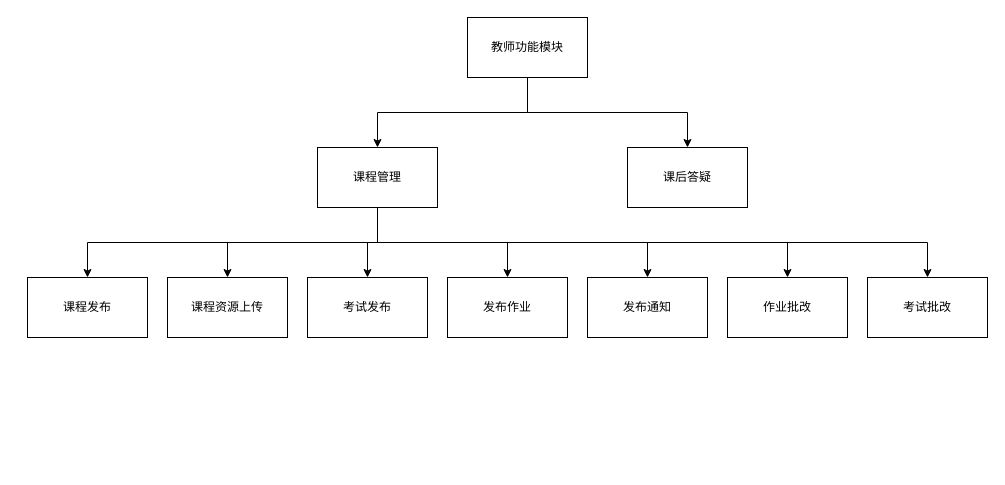
Earlier version of the draw.io diagram 教师功能模块层次图.drawio (YuChenLiao/UML). Source tidied: cells renumbered, new cells numbered last; positions are measured from the earlier drawing's top-left corner, leaving out a move shared by most shapes. Both pictures are drawn from the tidied source at 100%, with x=0, y=0 at pixel (27, 17).
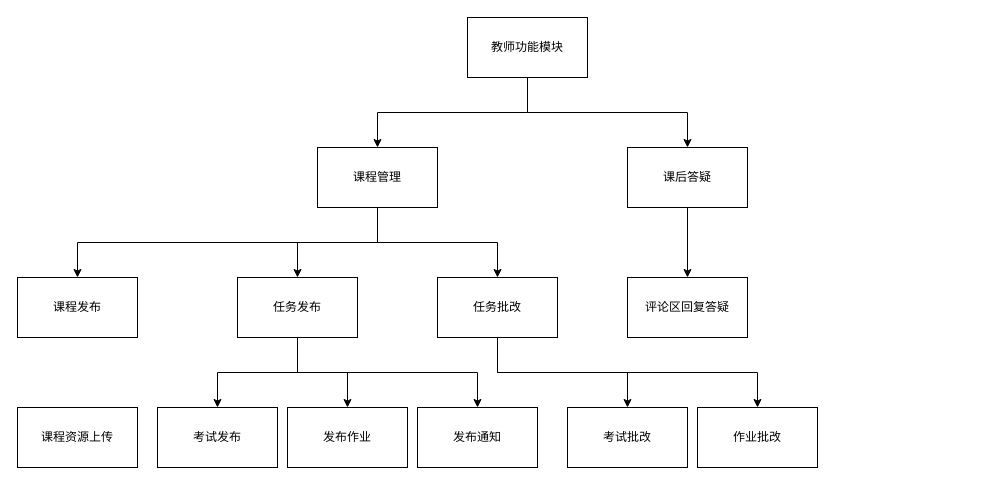
The same diagram, later.

Commit message:
更新教师功能模块层次图.drawio

Unchanged cells that the change refers to:
```xml
<mxCell id="12" value="课程管理" style="rounded=0;whiteSpace=wrap;html=1;" parent="1" vertex="1">
  <mxGeometry x="290" y="130" width="120" height="60" as="geometry" />
</mxCell>
<mxCell id="13" value="课后答疑" style="rounded=0;whiteSpace=wrap;html=1;" parent="1" vertex="1">
  <mxGeometry x="600" y="130" width="120" height="60" as="geometry" />
</mxCell>
```

Change to the diagram source:
```diff
@@
-    <mxCell id="6" style="edgeStyle=orthogonalEdgeStyle;rounded=0;jettySize=auto;html=1;exitX=0.5;exitY=1;exitDx=0;exitDy=0;" parent="1" edge="1" source="12" target="15">
-      <mxGeometry relative="1" as="geometry" />
-    </mxCell>
-    <mxCell id="7" style="edgeStyle=orthogonalEdgeStyle;rounded=0;jettySize=auto;html=1;exitX=0.5;exitY=1;exitDx=0;exitDy=0;entryX=0.5;entryY=0;entryDx=0;entryDy=0;" parent="1" edge="1" source="12" target="16">
-      <mxGeometry relative="1" as="geometry" />
-    </mxCell>
-    <mxCell id="8" style="edgeStyle=orthogonalEdgeStyle;rounded=0;jettySize=auto;html=1;exitX=0.5;exitY=1;exitDx=0;exitDy=0;entryX=0.5;entryY=0;entryDx=0;entryDy=0;" parent="1" edge="1" source="12" target="17">
-      <mxGeometry relative="1" as="geometry" />
-    </mxCell>
-    <mxCell id="9" style="edgeStyle=orthogonalEdgeStyle;rounded=0;jettySize=auto;html=1;exitX=0.5;exitY=1;exitDx=0;exitDy=0;entryX=0.5;entryY=0;entryDx=0;entryDy=0;" parent="1" edge="1" source="12" target="18">
-      <mxGeometry relative="1" as="geometry" />
-    </mxCell>
-    <mxCell id="10" style="edgeStyle=orthogonalEdgeStyle;rounded=0;jettySize=auto;html=1;exitX=0.5;exitY=1;exitDx=0;exitDy=0;entryX=0.5;entryY=0;entryDx=0;entryDy=0;" parent="1" edge="1" source="12" target="19">
-      <mxGeometry relative="1" as="geometry" />
-    </mxCell>
-    <mxCell id="11" style="edgeStyle=orthogonalEdgeStyle;rounded=0;jettySize=auto;html=1;exitX=0.5;exitY=1;exitDx=0;exitDy=0;" parent="1" edge="1" source="12" target="20">
-      <mxGeometry relative="1" as="geometry" />
-    </mxCell>
+    <mxCell id="21" style="edgeStyle=orthogonalEdgeStyle;rounded=0;jettySize=auto;html=1;exitX=0.5;exitY=1;exitDx=0;exitDy=0;entryX=0.5;entryY=0;entryDx=0;entryDy=0;" parent="1" edge="1" source="12" target="28">
+      <mxGeometry relative="1" as="geometry" />
+    </mxCell>
+    <mxCell id="22" style="edgeStyle=orthogonalEdgeStyle;rounded=0;jettySize=auto;html=1;exitX=0.5;exitY=1;exitDx=0;exitDy=0;entryX=0.5;entryY=0;entryDx=0;entryDy=0;" parent="1" edge="1" source="12" target="31">
+      <mxGeometry relative="1" as="geometry" />
+    </mxCell>
@@
+    <mxCell id="23" style="edgeStyle=orthogonalEdgeStyle;rounded=0;jettySize=auto;html=1;exitX=0.5;exitY=1;exitDx=0;exitDy=0;entryX=0.5;entryY=0;entryDx=0;entryDy=0;" parent="1" edge="1" source="13" target="24">
+      <mxGeometry relative="1" as="geometry" />
+    </mxCell>
@@
     <mxCell id="14" value="课程发布" style="rounded=0;whiteSpace=wrap;html=1;" parent="1" vertex="1">
-      <mxGeometry y="260" width="120" height="60" as="geometry" />
+      <mxGeometry x="-10" y="260" width="120" height="60" as="geometry" />
     </mxCell>
     <mxCell id="15" value="课程资源上传" style="rounded=0;whiteSpace=wrap;html=1;" parent="1" vertex="1">
-      <mxGeometry x="140" y="260" width="120" height="60" as="geometry" />
+      <mxGeometry x="-10" y="390" width="120" height="60" as="geometry" />
     </mxCell>
     <mxCell id="16" value="考试发布" style="rounded=0;whiteSpace=wrap;html=1;" parent="1" vertex="1">
-      <mxGeometry x="280" y="260" width="120" height="60" as="geometry" />
+      <mxGeometry x="130" y="390" width="120" height="60" as="geometry" />
     </mxCell>
     <mxCell id="17" value="发布作业" style="rounded=0;whiteSpace=wrap;html=1;" parent="1" vertex="1">
-      <mxGeometry x="420" y="260" width="120" height="60" as="geometry" />
+      <mxGeometry x="260" y="390" width="120" height="60" as="geometry" />
     </mxCell>
     <mxCell id="18" value="发布通知" style="rounded=0;whiteSpace=wrap;html=1;" parent="1" vertex="1">
-      <mxGeometry x="560" y="260" width="120" height="60" as="geometry" />
+      <mxGeometry x="390" y="390" width="120" height="60" as="geometry" />
     </mxCell>
     <mxCell id="19" value="作业批改" style="rounded=0;whiteSpace=wrap;html=1;" parent="1" vertex="1">
-      <mxGeometry x="700" y="260" width="120" height="60" as="geometry" />
+      <mxGeometry x="670" y="390" width="120" height="60" as="geometry" />
     </mxCell>
     <mxCell id="20" value="考试批改" style="rounded=0;whiteSpace=wrap;html=1;" parent="1" vertex="1">
-      <mxGeometry x="840" y="260" width="120" height="60" as="geometry" />
+      <mxGeometry x="540" y="390" width="120" height="60" as="geometry" />
     </mxCell>
+    <mxCell id="24" value="评论区回复答疑" style="rounded=0;whiteSpace=wrap;html=1;" parent="1" vertex="1">
+      <mxGeometry x="600" y="260" width="120" height="60" as="geometry" />
+    </mxCell>
+    <mxCell id="25" style="edgeStyle=orthogonalEdgeStyle;rounded=0;jettySize=auto;html=1;exitX=0.5;exitY=1;exitDx=0;exitDy=0;" parent="1" edge="1" source="28" target="16">
+      <mxGeometry relative="1" as="geometry" />
+    </mxCell>
+    <mxCell id="26" style="edgeStyle=orthogonalEdgeStyle;rounded=0;jettySize=auto;html=1;exitX=0.5;exitY=1;exitDx=0;exitDy=0;" parent="1" edge="1" source="28" target="17">
+      <mxGeometry relative="1" as="geometry" />
+    </mxCell>
+    <mxCell id="27" style="edgeStyle=orthogonalEdgeStyle;rounded=0;jettySize=auto;html=1;exitX=0.5;exitY=1;exitDx=0;exitDy=0;entryX=0.5;entryY=0;entryDx=0;entryDy=0;" parent="1" edge="1" source="28" target="18">
+      <mxGeometry relative="1" as="geometry" />
+    </mxCell>
+    <mxCell id="28" value="任务发布" style="rounded=0;whiteSpace=wrap;html=1;" parent="1" vertex="1">
+      <mxGeometry x="210" y="260" width="120" height="60" as="geometry" />
+    </mxCell>
+    <mxCell id="29" style="edgeStyle=orthogonalEdgeStyle;rounded=0;jettySize=auto;html=1;exitX=0.5;exitY=1;exitDx=0;exitDy=0;" parent="1" edge="1" source="31" target="20">
+      <mxGeometry relative="1" as="geometry" />
+    </mxCell>
+    <mxCell id="30" style="edgeStyle=orthogonalEdgeStyle;rounded=0;jettySize=auto;html=1;exitX=0.5;exitY=1;exitDx=0;exitDy=0;" parent="1" edge="1" source="31" target="19">
+      <mxGeometry relative="1" as="geometry" />
+    </mxCell>
+    <mxCell id="31" value="任务批改" style="rounded=0;whiteSpace=wrap;html=1;" parent="1" vertex="1">
+      <mxGeometry x="410" y="260" width="120" height="60" as="geometry" />
+    </mxCell>
```
